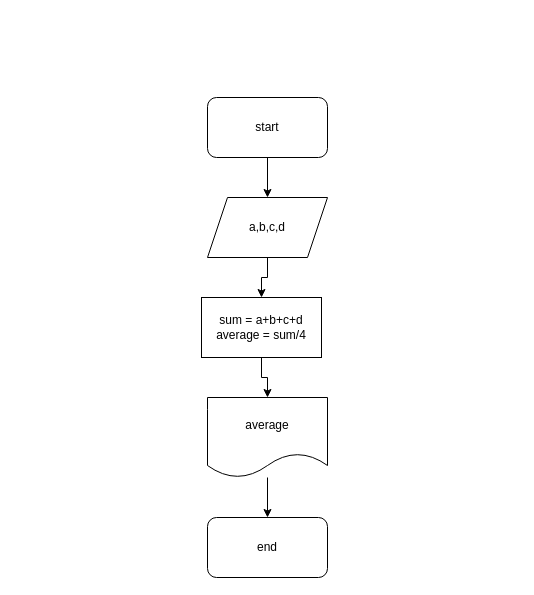
Above: 3.drawio in beemaster1972/beegeek (draw.io), before the change. Source tidied: cells renumbered, new cells numbered last; positions are measured from the earlier drawing's top-left corner, leaving out a move shared by most shapes. Both pictures are drawn from the tidied source at 100%, with x=0, y=0 at pixel (201, 97).
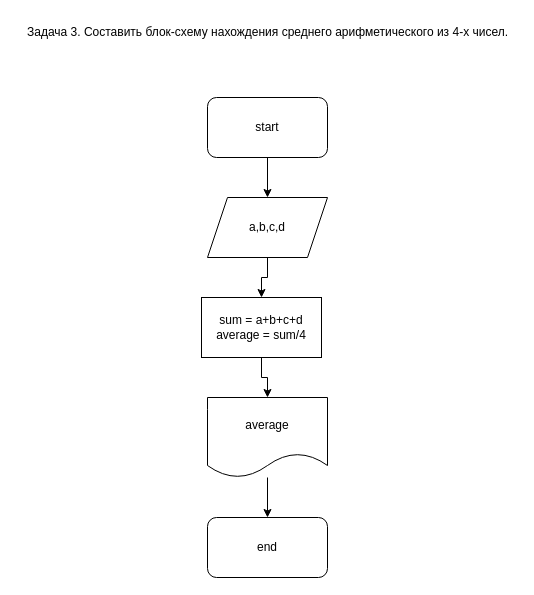
After the change.

Change to the diagram source:
```diff
@@
 <mxGraphModel>
   <root>
     <mxCell id="0" />
     <mxCell id="1" parent="0" />
     <mxCell id="2" style="edgeStyle=orthogonalEdgeStyle;rounded=0;jettySize=auto;html=1;" parent="1" edge="1" source="3" target="5">
       <mxGeometry relative="1" as="geometry" />
     </mxCell>
     <mxCell id="3" value="start" style="rounded=1;whiteSpace=wrap;html=1;" parent="1" vertex="1">
       <mxGeometry x="6" width="120" height="60" as="geometry" />
     </mxCell>
     <mxCell id="4" style="edgeStyle=orthogonalEdgeStyle;rounded=0;jettySize=auto;html=1;" parent="1" edge="1" source="5" target="7">
       <mxGeometry relative="1" as="geometry" />
     </mxCell>
     <mxCell id="5" value="a,b,c,d" style="shape=parallelogram;perimeter=parallelogramPerimeter;whiteSpace=wrap;html=1;fixedSize=1;" parent="1" vertex="1">
       <mxGeometry x="6" y="100" width="120" height="60" as="geometry" />
     </mxCell>
     <mxCell id="6" style="edgeStyle=orthogonalEdgeStyle;rounded=0;jettySize=auto;html=1;" parent="1" edge="1" source="7" target="9">
       <mxGeometry relative="1" as="geometry" />
     </mxCell>
     <mxCell id="7" value="sum = a+b+c+d&lt;br&gt;average = sum/4" style="rounded=0;whiteSpace=wrap;html=1;" parent="1" vertex="1">
       <mxGeometry y="200" width="120" height="60" as="geometry" />
     </mxCell>
     <mxCell id="8" style="edgeStyle=orthogonalEdgeStyle;rounded=0;jettySize=auto;html=1;" parent="1" edge="1" source="9" target="10">
       <mxGeometry relative="1" as="geometry" />
     </mxCell>
     <mxCell id="9" value="average" style="shape=document;whiteSpace=wrap;html=1;boundedLbl=1;" parent="1" vertex="1">
       <mxGeometry x="6" y="300" width="120" height="80" as="geometry" />
     </mxCell>
     <mxCell id="10" value="end" style="rounded=1;whiteSpace=wrap;html=1;" parent="1" vertex="1">
       <mxGeometry x="6" y="420" width="120" height="60" as="geometry" />
     </mxCell>
+    <mxCell id="11" value="Задача 3. Составить блок-схему нахождения среднего арифметического из 4-х чисел." style="text;html=1;align=center;verticalAlign=middle;strokeColor=none;fillColor=none;" parent="1" vertex="1">
+      <mxGeometry x="-184" y="-80" width="500" height="30" as="geometry" />
+    </mxCell>
   </root>
 </mxGraphModel>
```
